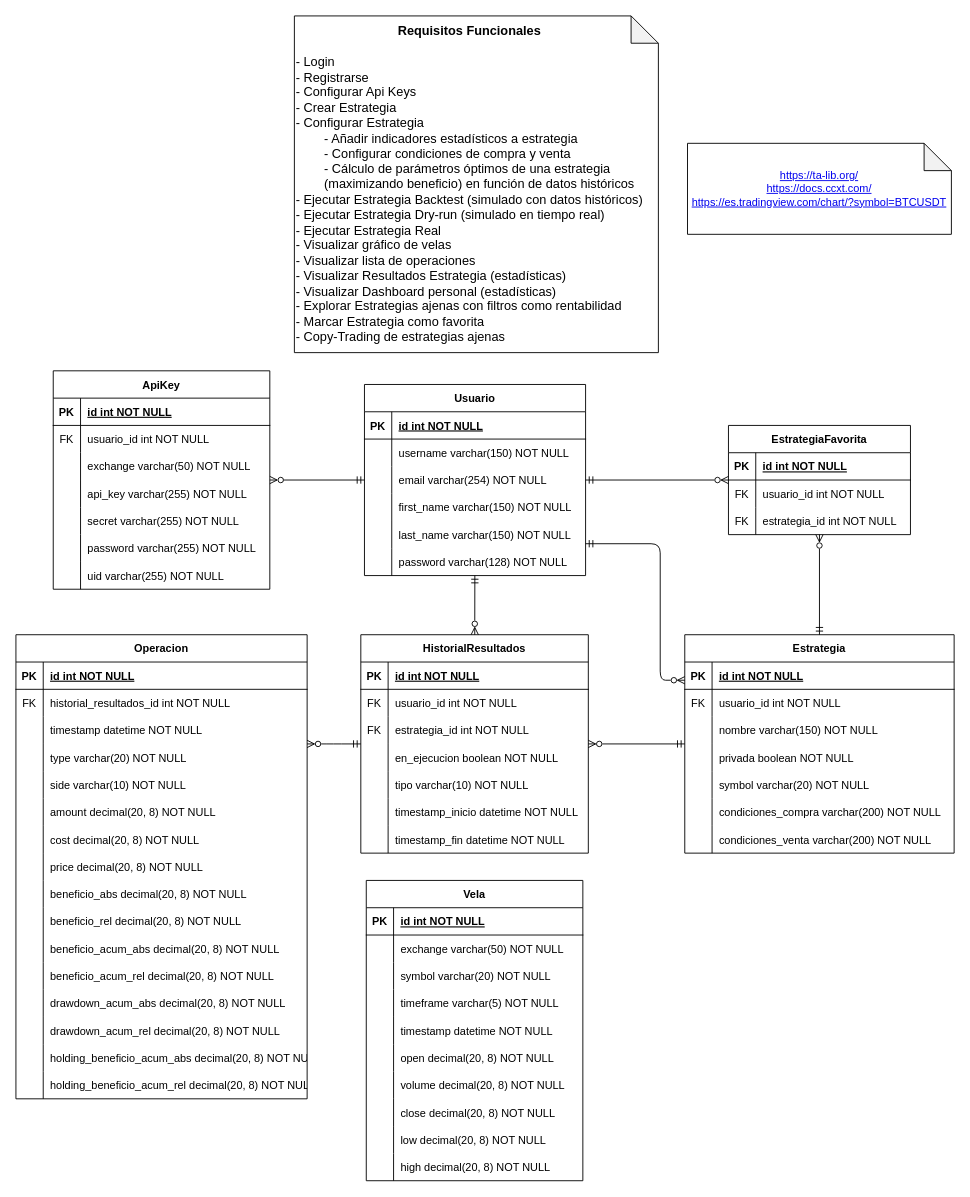
pgr866/Stratify keeps this draw.io diagram as docs/ERD.drawio. Above is the earlier version. Source tidied: cells renumbered, new cells numbered last; positions are measured from the earlier drawing's top-left corner, leaving out a move shared by most shapes. Both pictures are drawn from the tidied source at 91%, with x=0, y=0 at pixel (15, 15).
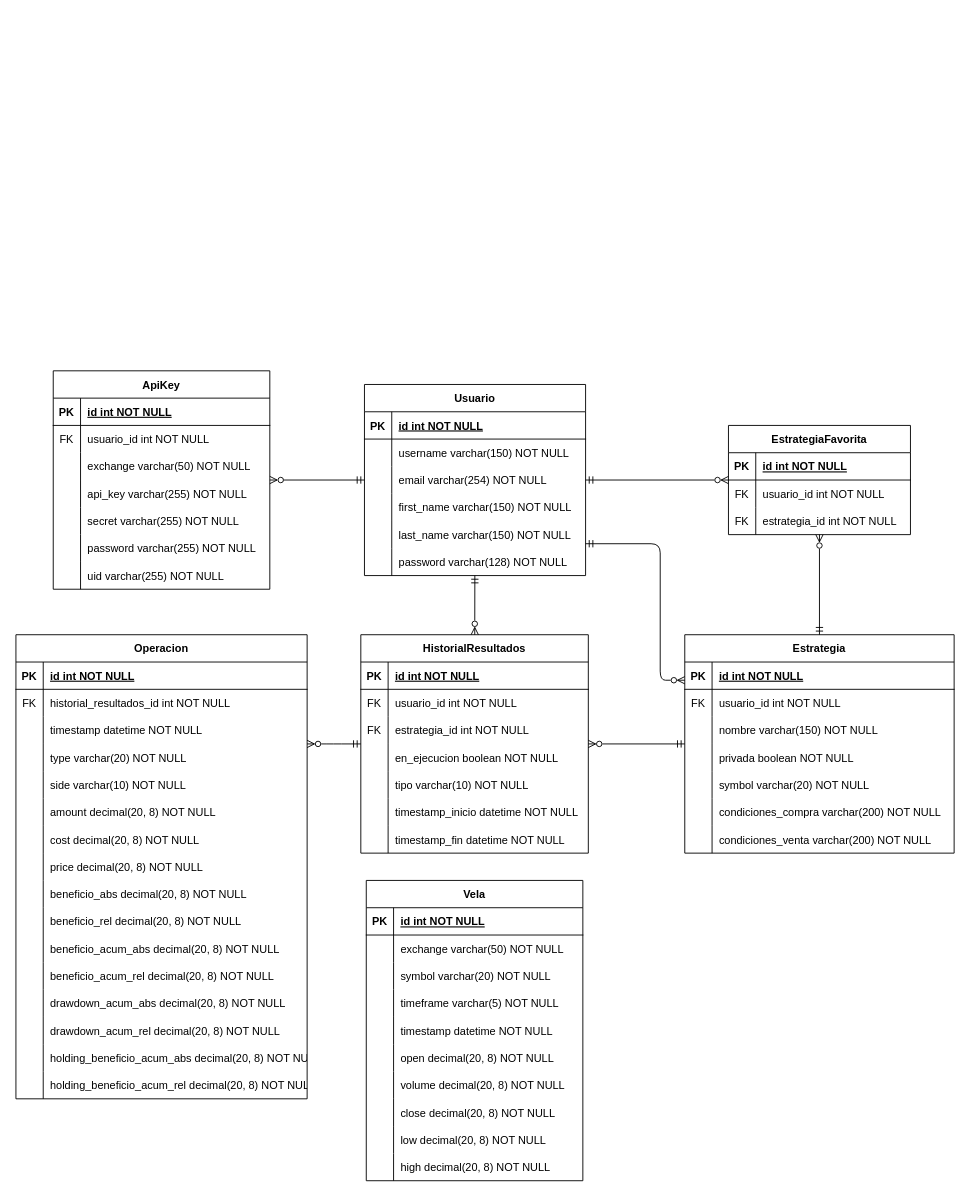
Above is the later version.

The edit, as a diff of the source:
```diff
@@
-    <mxCell id="98" value="&lt;div style=&quot;text-align: center; font-size: 14px;&quot;&gt;&lt;b style=&quot;&quot;&gt;&lt;font style=&quot;font-size: 14px;&quot;&gt;Requisitos Funcionales&lt;/font&gt;&lt;/b&gt;&lt;/div&gt;&lt;font style=&quot;font-size: 14px;&quot;&gt;&lt;br&gt;- Login&lt;br&gt;- Registrarse&lt;br&gt;- Configurar Api Keys&lt;br&gt;- Crear Estrategia&lt;br&gt;- Configurar Estrategia&lt;br&gt;&#9;&#9;&lt;span style=&quot;white-space: pre;&quot;&gt;&#9;&lt;/span&gt;- Añadir indicadores estadísticos a estrategia&lt;br&gt;&#9;&#9;&lt;span style=&quot;white-space: pre;&quot;&gt;&#9;&lt;/span&gt;- Configurar condiciones de compra y venta&lt;br&gt;&#9;&#9;&lt;span style=&quot;white-space: pre;&quot;&gt;&#9;&lt;/span&gt;- Cálculo de parámetros óptimos de una estrategia&lt;br&gt;&#9;&lt;span style=&quot;white-space: pre;&quot;&gt;&#9;&lt;/span&gt;(maximizando beneficio) en función de datos históricos&lt;br&gt;- Ejecutar Estrategia Backtest (simulado con datos históricos)&lt;br&gt;- Ejecutar Estrategia Dry-run (simulado en tiempo real)&lt;br&gt;- Ejecutar Estrategia Real&lt;br&gt;- Visualizar gráfico de velas&lt;br&gt;- Visualizar lista de operaciones&lt;br&gt;- Visualizar Resultados Estrategia&amp;nbsp;(estadísticas)&lt;br&gt;- Visualizar Dashboard personal (estadísticas)&lt;br&gt;- Explorar Estrategias ajenas con filtros como rentabilidad&lt;br&gt;- Marcar Estrategia como favorita&lt;br&gt;- Copy-Trading de estrategias ajenas&lt;br&gt;&lt;/font&gt;" style="shape=note;whiteSpace=wrap;html=1;backgroundOutline=1;darkOpacity=0.05;align=left;" parent="1" vertex="1">
-      <mxGeometry x="306" width="400" height="370" as="geometry" />
-    </mxCell>
@@
-    <mxCell id="185" value="&lt;span style=&quot;text-align: left;&quot;&gt;&lt;a href=&quot;https://ta-lib.org/&quot;&gt;https://ta-lib.org/&lt;/a&gt;&lt;/span&gt;&lt;br style=&quot;text-align: left;&quot;&gt;&lt;a href=&quot;https://docs.ccxt.com/&quot;&gt;&lt;span style=&quot;text-align: left;&quot;&gt;https://docs.ccxt.com/&lt;/span&gt;&lt;br style=&quot;text-align: left;&quot;&gt;&lt;/a&gt;&lt;span style=&quot;text-align: left;&quot;&gt;&lt;a href=&quot;https://es.tradingview.com/chart/?symbol=BTCUSDT&quot;&gt;https://es.tradingview.com/chart/?symbol=BTCUSDT&lt;/a&gt;&lt;/span&gt;" style="shape=note;whiteSpace=wrap;html=1;backgroundOutline=1;darkOpacity=0.05;" parent="1" vertex="1">
-      <mxGeometry x="738" y="140" width="290" height="100" as="geometry" />
-    </mxCell>
```
